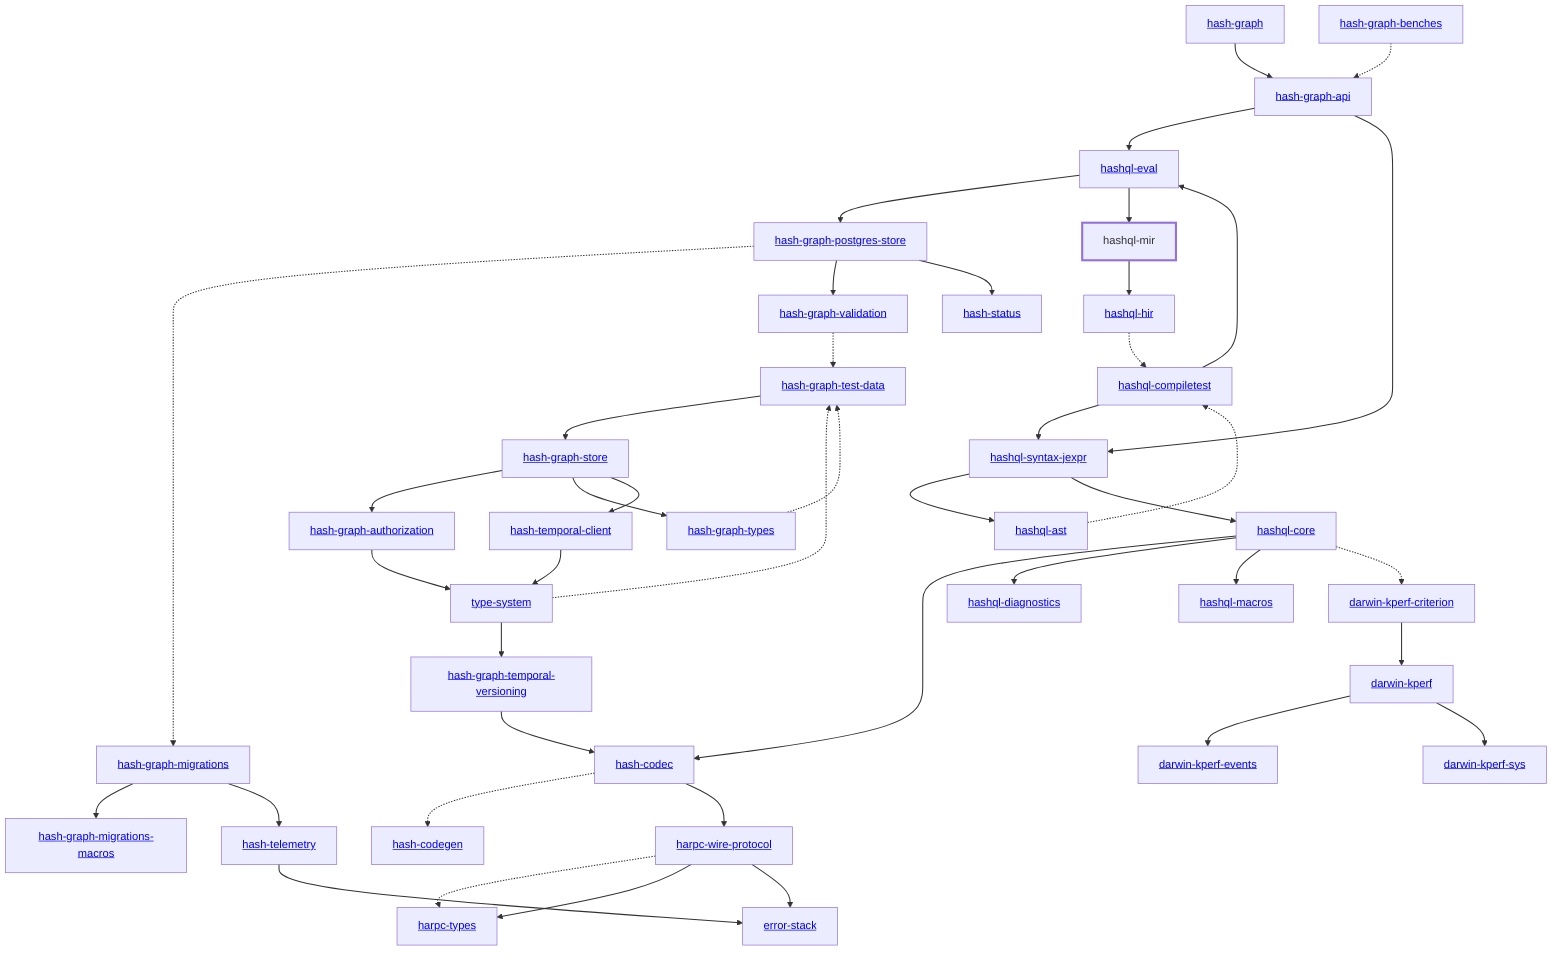
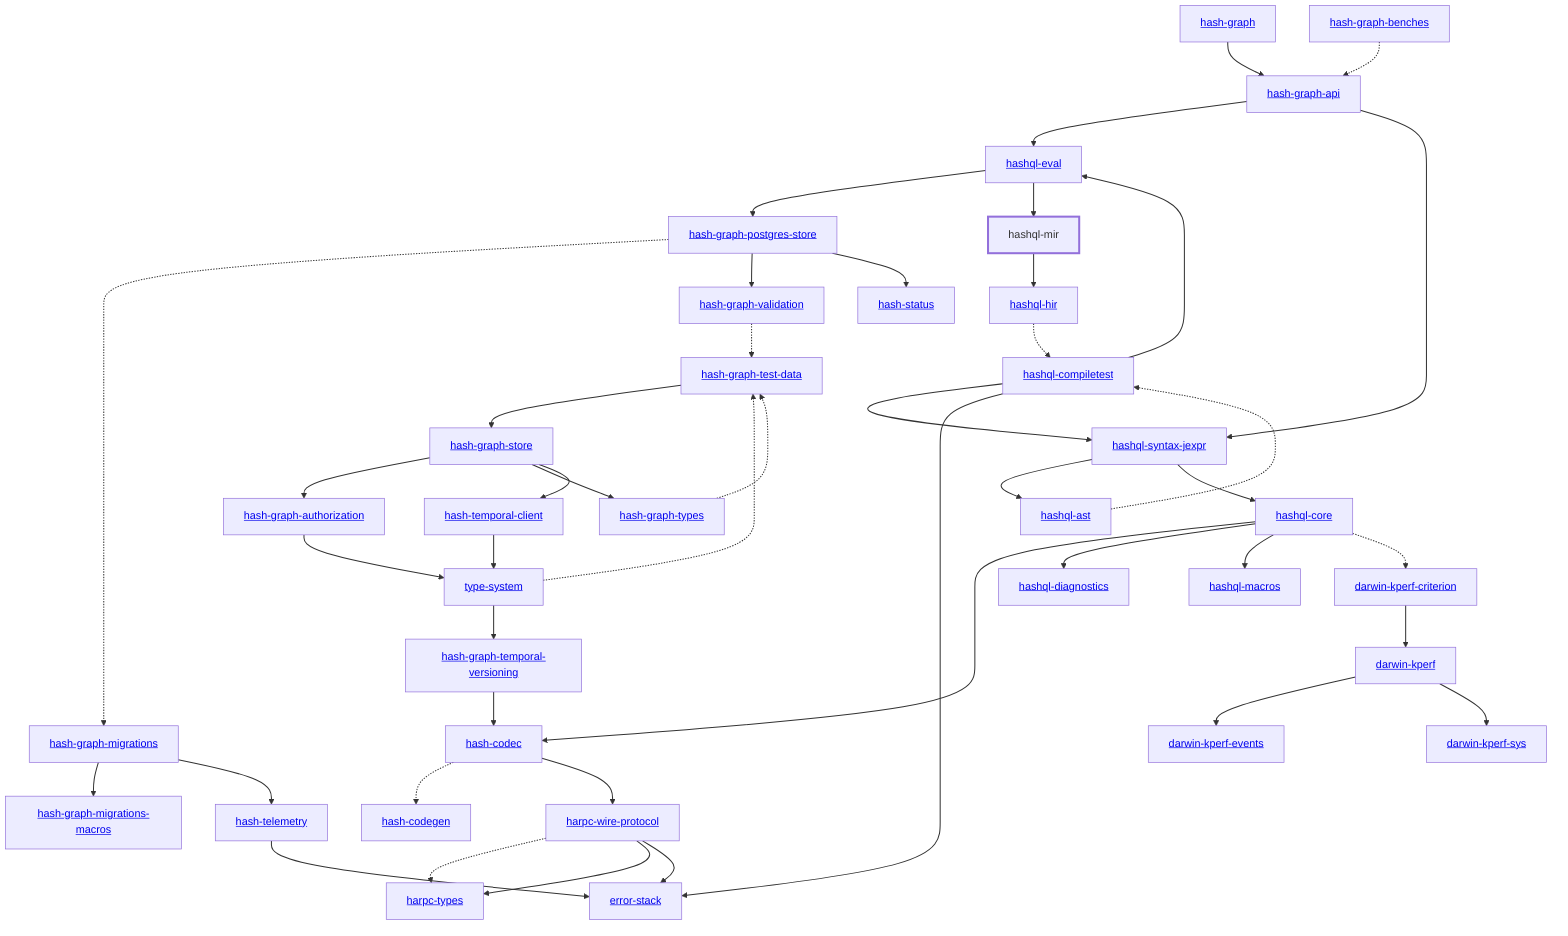
graph TD
    linkStyle default stroke-width:1.5px
    classDef default stroke-width:1px
    classDef root stroke-width:3px
    classDef dev stroke-width:1px
    classDef build stroke-width:1px
    %% Legend
    %% --> : Normal dependency
    %% -.-> : Dev dependency
    %% ---> : Build dependency
    0[<a href="../hash_graph/index.html">hash-graph</a>]
    1[<a href="../type_system/index.html">type-system</a>]
    2[<a href="../hash_codec/index.html">hash-codec</a>]
    3[<a href="../hash_codegen/index.html">hash-codegen</a>]
    4[<a href="../hash_graph_api/index.html">hash-graph-api</a>]
    5[<a href="../hash_graph_authorization/index.html">hash-graph-authorization</a>]
    6[<a href="../hash_graph_migrations/index.html">hash-graph-migrations</a>]
    7[<a href="../hash_graph_migrations_macros/index.html">hash-graph-migrations-macros</a>]
    8[<a href="../hash_graph_postgres_store/index.html">hash-graph-postgres-store</a>]
    9[<a href="../hash_graph_store/index.html">hash-graph-store</a>]
    10[<a href="../hash_graph_temporal_versioning/index.html">hash-graph-temporal-versioning</a>]
    11[<a href="../hash_graph_types/index.html">hash-graph-types</a>]
    12[<a href="../hash_graph_validation/index.html">hash-graph-validation</a>]
    13[<a href="../harpc_types/index.html">harpc-types</a>]
    14[<a href="../harpc_wire_protocol/index.html">harpc-wire-protocol</a>]
    15[<a href="../hashql_ast/index.html">hashql-ast</a>]
    16[<a href="../hashql_compiletest/index.html">hashql-compiletest</a>]
    17[<a href="../hashql_core/index.html">hashql-core</a>]
    18[<a href="../hashql_diagnostics/index.html">hashql-diagnostics</a>]
    19[<a href="../hashql_eval/index.html">hashql-eval</a>]
    20[<a href="../hashql_hir/index.html">hashql-hir</a>]
    21[<a href="../hashql_macros/index.html">hashql-macros</a>]
    22[hashql-mir]
    class 22 root
    23[<a href="../hashql_syntax_jexpr/index.html">hashql-syntax-jexpr</a>]
    24[<a href="../hash_status/index.html">hash-status</a>]
    25[<a href="../hash_telemetry/index.html">hash-telemetry</a>]
    26[<a href="../hash_temporal_client/index.html">hash-temporal-client</a>]
    27[<a href="../darwin_kperf/index.html">darwin-kperf</a>]
    28[<a href="../darwin_kperf_criterion/index.html">darwin-kperf-criterion</a>]
    29[<a href="../darwin_kperf_events/index.html">darwin-kperf-events</a>]
    30[<a href="../darwin_kperf_sys/index.html">darwin-kperf-sys</a>]
    31[<a href="../error_stack/index.html">error-stack</a>]
    32[<a href="../hash_graph_benches/index.html">hash-graph-benches</a>]
    33[<a href="../hash_graph_test_data/index.html">hash-graph-test-data</a>]
    0 --> 4
    1 --> 10
    1 -.-> 33
    2 -.-> 3
    2 --> 14
    4 --> 19
    4 --> 23
    5 --> 1
    6 --> 7
    6 --> 25
    8 -.-> 6
    8 --> 12
    8 --> 24
    9 --> 5
    9 --> 11
    9 --> 26
    10 --> 2
    11 -.-> 33
    12 -.-> 33
    14 -.-> 13
    14 --> 13
    14 --> 31
    15 -.-> 16
    16 --> 19
    16 --> 23
+     16 --> 31
    17 --> 2
    17 --> 18
    17 --> 21
    17 -.-> 28
    19 --> 8
    19 --> 22
    20 -.-> 16
    22 --> 20
    23 --> 15
    23 --> 17
    25 --> 31
    26 --> 1
    27 --> 29
    27 --> 30
    28 --> 27
    32 -.-> 4
    33 --> 9
